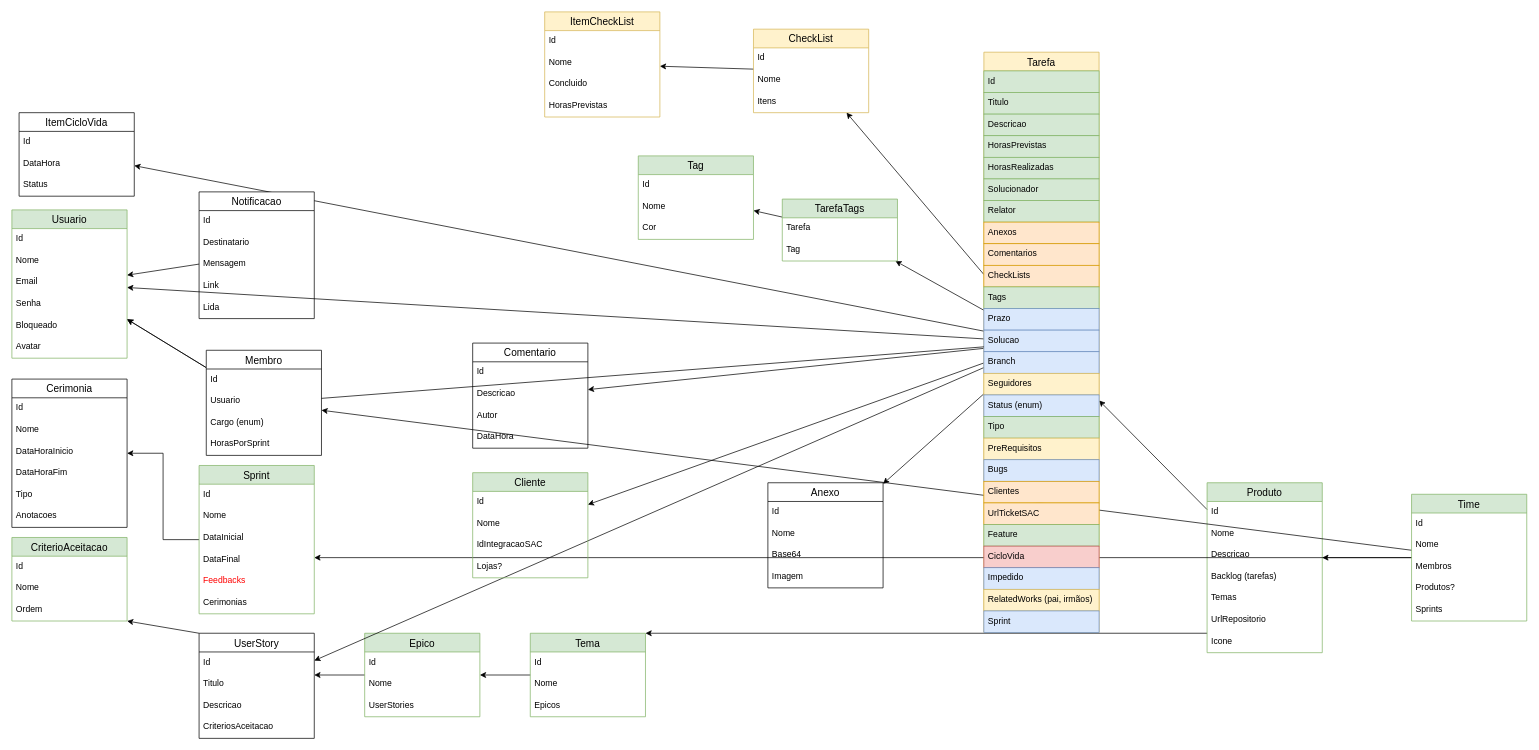
Earlier version of the draw.io diagram page "ordem" (2 of 2) of Agilis-Back/docs/Untitled Diagram.drawio (ddsdaniel/Agilis). Source tidied: cells renumbered, new cells numbered last; positions are measured from the earlier drawing's top-left corner, leaving out a move shared by most shapes. Both pictures are drawn from the tidied source at 72%, with x=0, y=0 at pixel (12, 12).
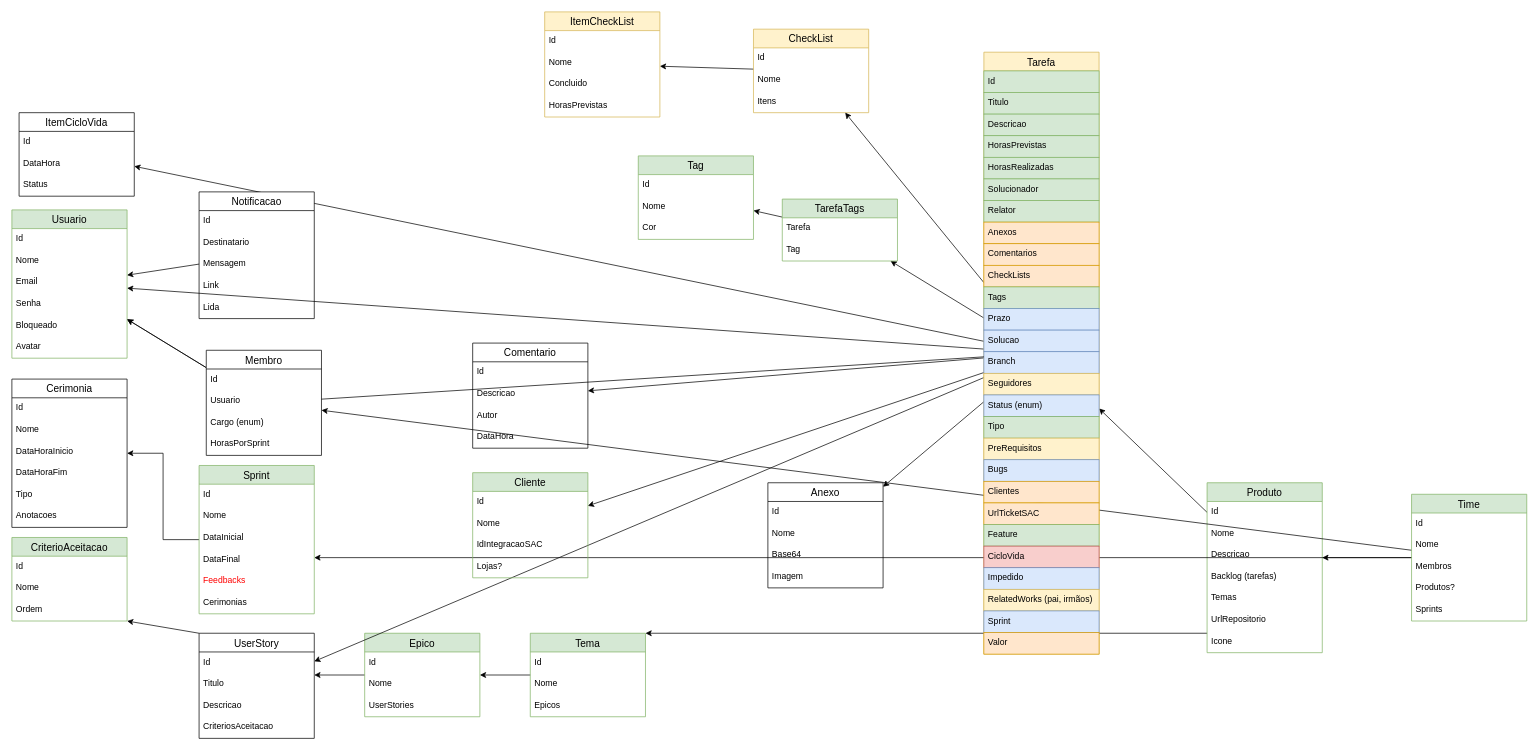
Above is the later version.

Change to the diagram source:
```diff
@@
     <mxCell id="89" value="Tarefa" style="swimlane;fontStyle=0;horizontal=1;startSize=26;align=center;fontSize=14;fillColor=#fff2cc;strokeColor=#d6b656;" parent="1" vertex="1">
-      <mxGeometry x="1350" y="56" width="160" height="806" as="geometry" />
+      <mxGeometry x="1350" y="56" width="160" height="836" as="geometry" />
     </mxCell>
@@
+    <mxCell id="150" value="Valor" style="text;strokeColor=#d79b00;fillColor=#ffe6cc;spacingLeft=4;spacingRight=4;overflow=hidden;fontSize=12;" parent="89" vertex="1">
+      <mxGeometry y="806" width="160" height="30" as="geometry" />
+    </mxCell>
```
